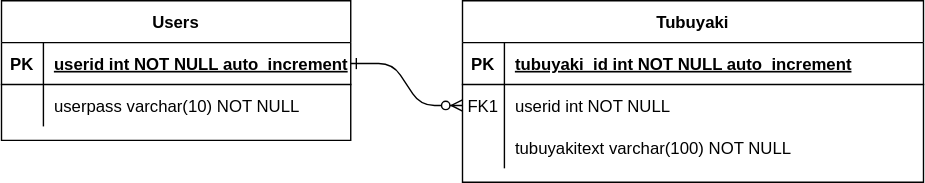
Earlier version of the draw.io export ER-Diagram.svg (akira-sanada/dokotubu2). Source tidied: cells renumbered, new cells last; positions are measured from the earlier drawing's top-left corner, leaving out a move shared by most shapes.
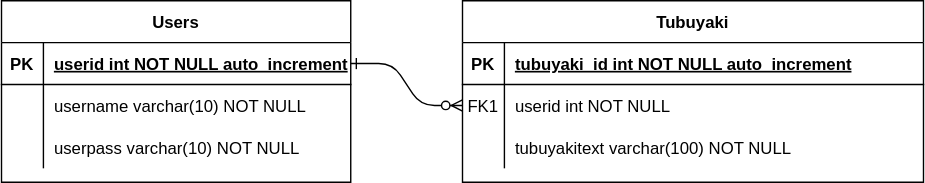
The same file after the commit.

The edit, as a diff of the source:
```diff
@@ -36,7 +36,7 @@
       <mxGeometry x="30" width="300" height="30" as="geometry" />
     </mxCell>
     <mxCell id="13" value="Users" style="shape=table;startSize=30;rowLines=0;fontStyle=1;align=center;" parent="1" vertex="1">
-      <mxGeometry width="250" height="100" as="geometry" />
+      <mxGeometry width="250" height="130" as="geometry" />
     </mxCell>
     <mxCell id="14" style="shape=partialRectangle;fillColor=none;points=[[0,0.5],[1,0.5]];portConstraint=eastwest;top=0;left=0;right=0;bottom=1;" parent="13" vertex="1">
       <mxGeometry y="30" width="250" height="30" as="geometry" />
@@ -47,8 +47,17 @@
     <mxCell id="16" value="userid int NOT NULL auto_increment" style="shape=partialRectangle;overflow=hidden;fillColor=none;top=0;left=0;bottom=0;right=0;align=left;spacingLeft=6;fontStyle=5;" parent="14" vertex="1">
       <mxGeometry x="30" width="220" height="30" as="geometry" />
     </mxCell>
+    <mxCell id="20" style="shape=partialRectangle;fillColor=none;top=0;left=0;right=0;bottom=0;" parent="13" vertex="1">
+      <mxGeometry y="60" width="250" height="30" as="geometry" />
+    </mxCell>
+    <mxCell id="21" style="shape=partialRectangle;overflow=hidden;fillColor=none;top=0;left=0;bottom=0;right=0;" parent="20" vertex="1">
+      <mxGeometry width="30" height="30" as="geometry" />
+    </mxCell>
+    <mxCell id="22" value="username varchar(10) NOT NULL" style="shape=partialRectangle;overflow=hidden;fillColor=none;top=0;left=0;bottom=0;right=0;align=left;spacingLeft=6;" parent="20" vertex="1">
+      <mxGeometry x="30" width="220" height="30" as="geometry" />
+    </mxCell>
     <mxCell id="17" style="shape=partialRectangle;fillColor=none;top=0;left=0;right=0;bottom=0;" parent="13" vertex="1">
-      <mxGeometry y="60" width="250" height="30" as="geometry" />
+      <mxGeometry y="90" width="250" height="30" as="geometry" />
     </mxCell>
     <mxCell id="18" style="shape=partialRectangle;overflow=hidden;fillColor=none;top=0;left=0;bottom=0;right=0;" parent="17" vertex="1">
       <mxGeometry width="30" height="30" as="geometry" />
```
